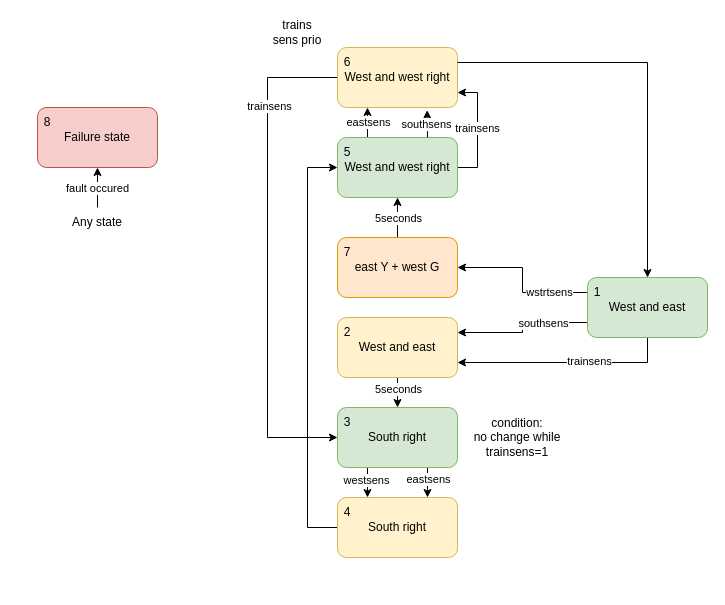
The draw.io diagram 01_Software/03_IntersectionNodes/01_WestIntersectionNode/flowchart.drawio in JayZiz/RTOS_Project_Group6, before the edit. Source tidied: cells renumbered, new cells numbered last; positions are measured from the earlier drawing's top-left corner, leaving out a move shared by most shapes. Both pictures are drawn from the tidied source at 100%, with x=0, y=0 at pixel (17, 17).
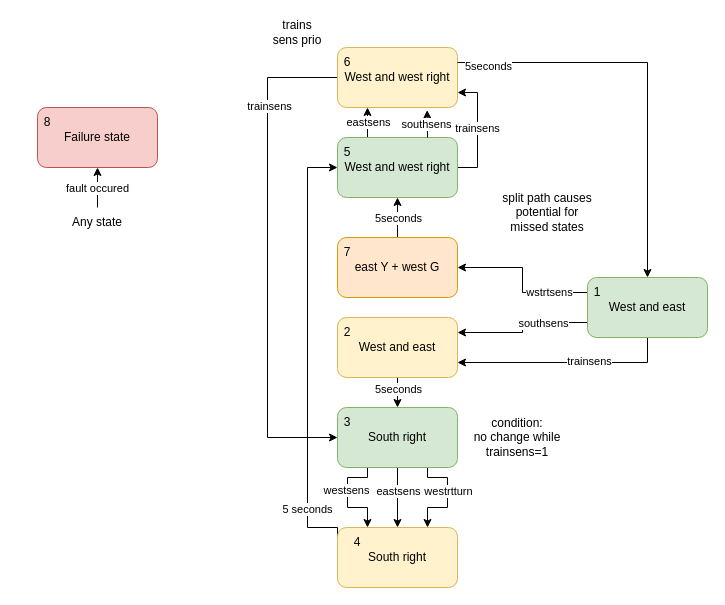
The same diagram, later.

The change refers to these unchanged cells:
```xml
<mxCell id="14" value="South right" style="rounded=1;whiteSpace=wrap;html=1;fillColor=#d5e8d4;strokeColor=#82b366;" parent="1" vertex="1">
  <mxGeometry x="320" y="390" width="120" height="60" as="geometry" />
</mxCell>
<mxCell id="25" style="edgeStyle=orthogonalEdgeStyle;rounded=0;jettySize=auto;html=1;entryX=0;entryY=0.5;entryDx=0;entryDy=0;exitX=0;exitY=0.5;exitDx=0;exitDy=0;" parent="1" edge="1" source="26" target="6">
  <mxGeometry relative="1" as="geometry">
    <Array as="points">
      <mxPoint x="290" y="510" />
      <mxPoint x="290" y="150" />
    </Array>
  </mxGeometry>
</mxCell>
<mxCell id="30" style="edgeStyle=orthogonalEdgeStyle;rounded=0;jettySize=auto;html=1;entryX=0.5;entryY=0;entryDx=0;entryDy=0;exitX=1;exitY=0.25;exitDx=0;exitDy=0;" parent="1" edge="1" source="9" target="21">
  <mxGeometry relative="1" as="geometry" />
</mxCell>
```

Change to the diagram source:
```diff
@@
     <mxCell id="10" style="edgeStyle=orthogonalEdgeStyle;rounded=0;jettySize=auto;html=1;exitX=0.25;exitY=1;exitDx=0;exitDy=0;entryX=0.25;entryY=0;entryDx=0;entryDy=0;" parent="1" edge="1" source="14" target="26">
-      <mxGeometry relative="1" as="geometry" />
+      <mxGeometry relative="1" as="geometry">
+        <Array as="points">
+          <mxPoint x="350" y="460" />
+          <mxPoint x="330" y="460" />
+          <mxPoint x="330" y="490" />
+          <mxPoint x="350" y="490" />
+        </Array>
+      </mxGeometry>
     </mxCell>
@@
-    <mxCell id="12" style="edgeStyle=orthogonalEdgeStyle;rounded=0;jettySize=auto;html=1;exitX=0.75;exitY=1;exitDx=0;exitDy=0;entryX=0.75;entryY=0;entryDx=0;entryDy=0;" parent="1" edge="1" source="14" target="26">
+    <mxCell id="12" style="edgeStyle=orthogonalEdgeStyle;rounded=0;jettySize=auto;html=1;exitX=0.5;exitY=1;exitDx=0;exitDy=0;entryX=0.5;entryY=0;entryDx=0;entryDy=0;" parent="1" edge="1" source="14" target="26">
       <mxGeometry relative="1" as="geometry" />
     </mxCell>
@@
+    <mxCell id="47" style="edgeStyle=orthogonalEdgeStyle;rounded=0;jettySize=auto;html=1;exitX=0.75;exitY=1;exitDx=0;exitDy=0;entryX=0.75;entryY=0;entryDx=0;entryDy=0;" parent="1" edge="1" source="14" target="26">
+      <mxGeometry relative="1" as="geometry">
+        <Array as="points">
+          <mxPoint x="410" y="460" />
+          <mxPoint x="430" y="460" />
+          <mxPoint x="430" y="490" />
+          <mxPoint x="410" y="490" />
+        </Array>
+      </mxGeometry>
+    </mxCell>
+    <mxCell id="48" value="westrtturn" style="edgeLabel;html=1;align=center;verticalAlign=middle;" parent="47" vertex="1">
+      <mxGeometry x="-0.14" relative="1" as="geometry" />
+    </mxCell>
@@
+    <mxCell id="49" value="5 seconds" style="edgeLabel;html=1;align=center;verticalAlign=middle;" parent="25" vertex="1">
+      <mxGeometry x="-0.65" y="1" relative="1" as="geometry" />
+    </mxCell>
     <mxCell id="26" value="South right" style="rounded=1;whiteSpace=wrap;html=1;fillColor=#fff2cc;strokeColor=#d6b656;" parent="1" vertex="1">
-      <mxGeometry x="320" y="480" width="120" height="60" as="geometry" />
+      <mxGeometry x="320" y="510" width="120" height="60" as="geometry" />
     </mxCell>
@@
+    <mxCell id="50" value="5seconds" style="edgeLabel;html=1;align=center;verticalAlign=middle;" parent="30" vertex="1">
+      <mxGeometry x="-0.85" y="-3" relative="1" as="geometry" />
+    </mxCell>
@@
     <mxCell id="42" value="4" style="text;html=1;whiteSpace=wrap;strokeColor=none;fillColor=none;align=center;verticalAlign=middle;rounded=0;" parent="1" vertex="1">
-      <mxGeometry x="300" y="480" width="60" height="30" as="geometry" />
+      <mxGeometry x="310" y="510" width="60" height="30" as="geometry" />
     </mxCell>
@@
+    <mxCell id="51" value="split path causes potential for missed states" style="text;html=1;whiteSpace=wrap;strokeColor=none;fillColor=none;align=center;verticalAlign=middle;rounded=0;" parent="1" vertex="1">
+      <mxGeometry x="480" y="180" width="100" height="30" as="geometry" />
+    </mxCell>
```
